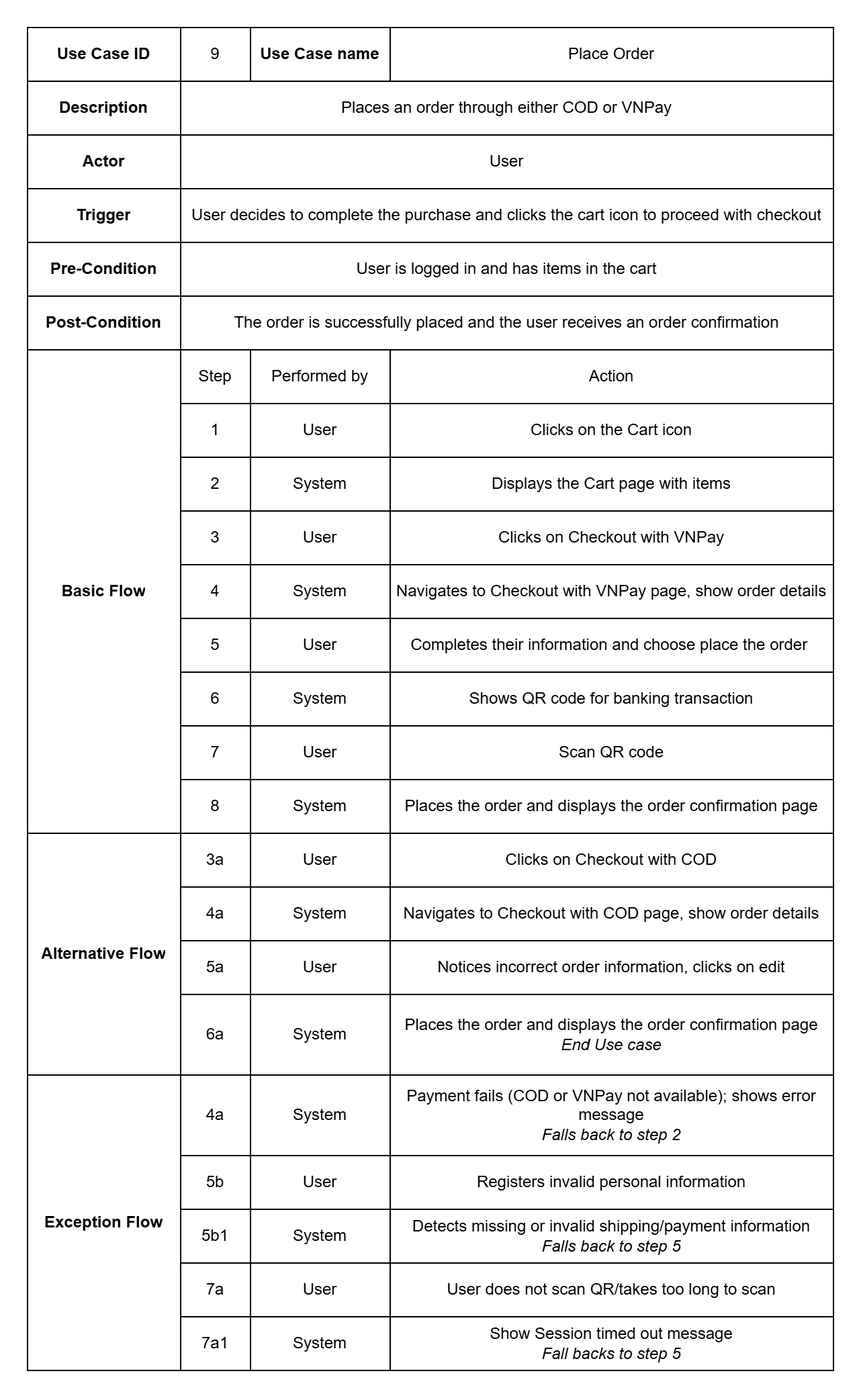
This is documentation/Images/usecase_metadata_card/uc_9_place_order.drawio.png from auphong2707/itse-laptopshop-management-web-application, a draw.io export, as it was before one commit. Source tidied: cells renumbered, new cells last; positions are measured from the earlier drawing's top-left corner, leaving out a move shared by most shapes.
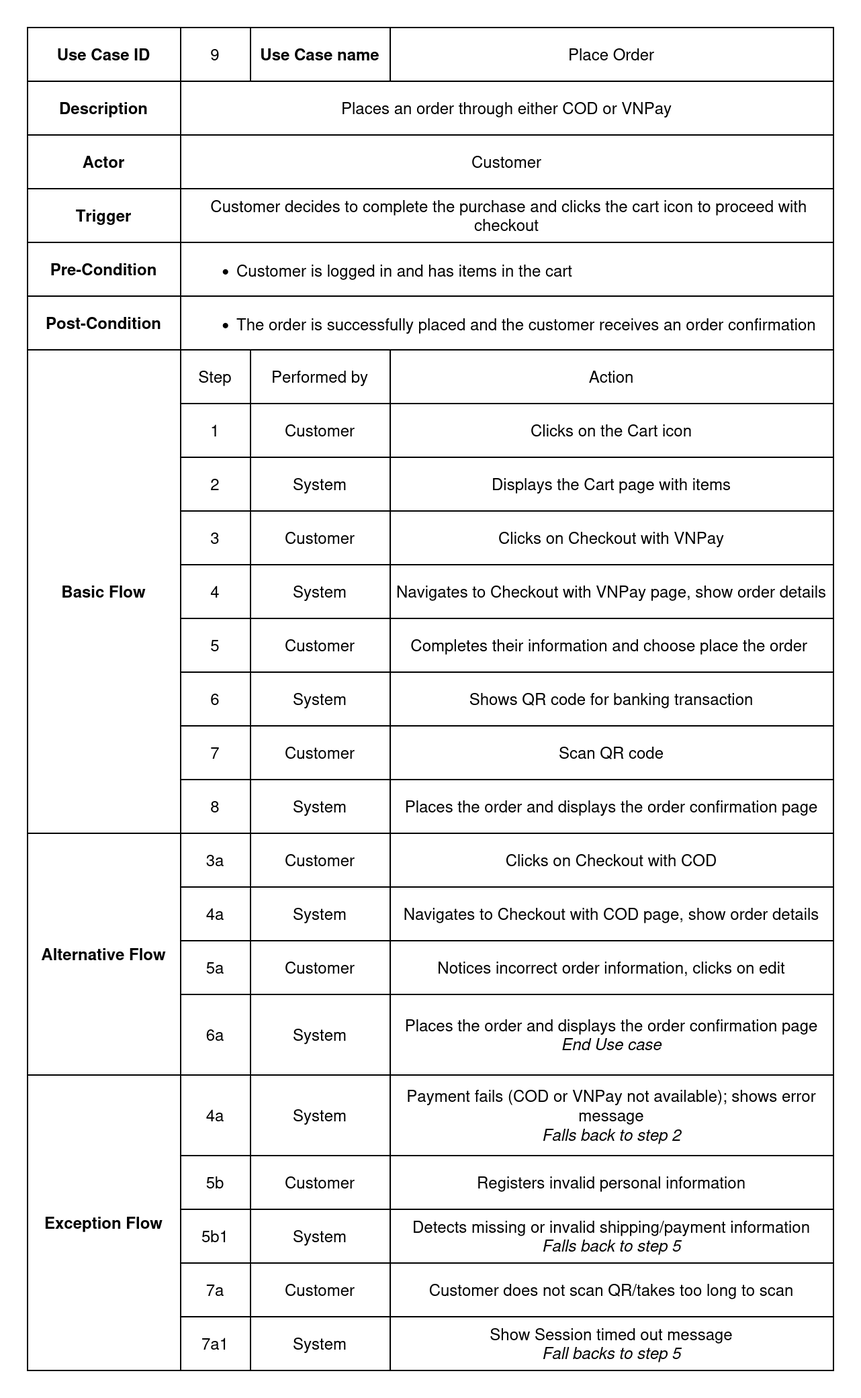
The same file after the commit.

The edit, as a diff of the source:
```diff
@@ -35,7 +35,7 @@
     <mxCell id="12" value="Actor" style="shape=partialRectangle;html=1;whiteSpace=wrap;strokeColor=inherit;overflow=hidden;fillColor=none;top=0;left=0;bottom=0;right=0;fontStyle=1;" parent="11" vertex="1">
       <mxGeometry width="114" height="40" as="geometry" />
     </mxCell>
-    <mxCell id="13" value="User" style="shape=partialRectangle;html=1;whiteSpace=wrap;strokeColor=inherit;overflow=hidden;fillColor=none;top=0;left=0;bottom=0;right=0;rowspan=1;colspan=3;" parent="11" vertex="1">
+    <mxCell id="13" value="Customer" style="shape=partialRectangle;html=1;whiteSpace=wrap;strokeColor=inherit;overflow=hidden;fillColor=none;top=0;left=0;bottom=0;right=0;rowspan=1;colspan=3;" parent="11" vertex="1">
       <mxGeometry x="114" width="486" height="40" as="geometry" />
     </mxCell>
     <mxCell id="14" style="shape=tableRow;horizontal=0;startSize=0;swimlaneHead=0;swimlaneBody=0;strokeColor=inherit;top=0;left=0;bottom=0;right=0;fillColor=none;" parent="2" vertex="1">
@@ -44,7 +44,7 @@
     <mxCell id="15" value="Trigger" style="shape=partialRectangle;html=1;whiteSpace=wrap;strokeColor=inherit;overflow=hidden;fillColor=none;top=0;left=0;bottom=0;right=0;fontStyle=1;" parent="14" vertex="1">
       <mxGeometry width="114" height="40" as="geometry" />
     </mxCell>
-    <mxCell id="16" value="User decides to complete the purchase and clicks the cart icon to proceed with checkout" style="shape=partialRectangle;html=1;whiteSpace=wrap;strokeColor=inherit;overflow=hidden;fillColor=none;top=0;left=0;bottom=0;right=0;rowspan=1;colspan=3;" parent="14" vertex="1">
+    <mxCell id="16" value="&amp;nbsp;Customer decides to complete the purchase and clicks the cart icon to proceed with checkout" style="shape=partialRectangle;html=1;whiteSpace=wrap;strokeColor=inherit;overflow=hidden;fillColor=none;top=0;left=0;bottom=0;right=0;rowspan=1;colspan=3;" parent="14" vertex="1">
       <mxGeometry x="114" width="486" height="40" as="geometry" />
     </mxCell>
     <mxCell id="17" style="shape=tableRow;horizontal=0;startSize=0;swimlaneHead=0;swimlaneBody=0;strokeColor=inherit;top=0;left=0;bottom=0;right=0;fillColor=none;" parent="2" vertex="1">
@@ -53,7 +53,7 @@
     <mxCell id="18" value="&lt;b&gt;Pre-Condition&lt;/b&gt;" style="shape=partialRectangle;html=1;whiteSpace=wrap;strokeColor=inherit;overflow=hidden;fillColor=none;top=0;left=0;bottom=0;right=0;" parent="17" vertex="1">
       <mxGeometry width="114" height="40" as="geometry" />
     </mxCell>
-    <mxCell id="19" value="User is &lt;span&gt;logged in&lt;/span&gt; and has &lt;span&gt;items in the cart&lt;/span&gt;" style="shape=partialRectangle;html=1;whiteSpace=wrap;strokeColor=inherit;overflow=hidden;fillColor=none;top=0;left=0;bottom=0;right=0;rowspan=1;colspan=3;" parent="17" vertex="1">
+    <mxCell id="19" value="&lt;div align=&quot;left&quot;&gt;&lt;ul&gt;&lt;li&gt;Customer is &lt;span&gt;logged in&lt;/span&gt; and has &lt;span&gt;items in the cart&lt;/span&gt;&lt;/li&gt;&lt;/ul&gt;&lt;/div&gt;" style="shape=partialRectangle;html=1;whiteSpace=wrap;strokeColor=inherit;overflow=hidden;fillColor=none;top=0;left=0;bottom=0;right=0;rowspan=1;colspan=3;align=left;" parent="17" vertex="1">
       <mxGeometry x="114" width="486" height="40" as="geometry" />
     </mxCell>
     <mxCell id="20" style="shape=tableRow;horizontal=0;startSize=0;swimlaneHead=0;swimlaneBody=0;strokeColor=inherit;top=0;left=0;bottom=0;right=0;fillColor=none;" parent="2" vertex="1">
@@ -62,7 +62,7 @@
     <mxCell id="21" value="&lt;b&gt;Post-Condition&lt;/b&gt;" style="shape=partialRectangle;html=1;whiteSpace=wrap;strokeColor=inherit;overflow=hidden;fillColor=none;top=0;left=0;bottom=0;right=0;" parent="20" vertex="1">
       <mxGeometry width="114" height="40" as="geometry" />
     </mxCell>
-    <mxCell id="22" value="The order is successfully placed and the user receives an order confirmation" style="shape=partialRectangle;html=1;whiteSpace=wrap;strokeColor=inherit;overflow=hidden;fillColor=none;top=0;left=0;bottom=0;right=0;rowspan=1;colspan=3;" parent="20" vertex="1">
+    <mxCell id="22" value="&lt;div align=&quot;left&quot;&gt;&lt;ul&gt;&lt;li&gt;The order is successfully placed and the customer receives an order confirmation&lt;/li&gt;&lt;/ul&gt;&lt;/div&gt;" style="shape=partialRectangle;html=1;whiteSpace=wrap;strokeColor=inherit;overflow=hidden;fillColor=none;top=0;left=0;bottom=0;right=0;rowspan=1;colspan=3;align=left;" parent="20" vertex="1">
       <mxGeometry x="114" width="486" height="40" as="geometry" />
     </mxCell>
     <mxCell id="23" style="shape=tableRow;horizontal=0;startSize=0;swimlaneHead=0;swimlaneBody=0;strokeColor=inherit;top=0;left=0;bottom=0;right=0;fillColor=none;" parent="2" vertex="1">
@@ -86,7 +86,7 @@
     <mxCell id="29" value="1" style="shape=partialRectangle;html=1;whiteSpace=wrap;strokeColor=inherit;overflow=hidden;fillColor=none;top=0;left=0;bottom=0;right=0;" parent="28" vertex="1">
       <mxGeometry x="114" width="52" height="40" as="geometry" />
     </mxCell>
-    <mxCell id="30" value="User" style="shape=partialRectangle;html=1;whiteSpace=wrap;strokeColor=inherit;overflow=hidden;fillColor=none;top=0;left=0;bottom=0;right=0;" parent="28" vertex="1">
+    <mxCell id="30" value="Customer" style="shape=partialRectangle;html=1;whiteSpace=wrap;strokeColor=inherit;overflow=hidden;fillColor=none;top=0;left=0;bottom=0;right=0;" parent="28" vertex="1">
       <mxGeometry x="166" width="104" height="40" as="geometry" />
     </mxCell>
     <mxCell id="31" value="Clicks on the &lt;span&gt;Cart icon&lt;/span&gt;" style="shape=partialRectangle;html=1;whiteSpace=wrap;strokeColor=inherit;overflow=hidden;fillColor=none;top=0;left=0;bottom=0;right=0;fontStyle=0;" parent="28" vertex="1">
@@ -110,7 +110,7 @@
     <mxCell id="37" value="3" style="shape=partialRectangle;html=1;whiteSpace=wrap;strokeColor=inherit;overflow=hidden;fillColor=none;top=0;left=0;bottom=0;right=0;" parent="36" vertex="1">
       <mxGeometry x="114" width="52" height="40" as="geometry" />
     </mxCell>
-    <mxCell id="38" value="User" style="shape=partialRectangle;html=1;whiteSpace=wrap;strokeColor=inherit;overflow=hidden;fillColor=none;top=0;left=0;bottom=0;right=0;" parent="36" vertex="1">
+    <mxCell id="38" value="Customer" style="shape=partialRectangle;html=1;whiteSpace=wrap;strokeColor=inherit;overflow=hidden;fillColor=none;top=0;left=0;bottom=0;right=0;" parent="36" vertex="1">
       <mxGeometry x="166" width="104" height="40" as="geometry" />
     </mxCell>
     <mxCell id="39" value="Clicks on Checkout with VNPay" style="shape=partialRectangle;html=1;whiteSpace=wrap;strokeColor=inherit;overflow=hidden;fillColor=none;top=0;left=0;bottom=0;right=0;" parent="36" vertex="1">
@@ -134,7 +134,7 @@
     <mxCell id="45" value="5" style="shape=partialRectangle;html=1;whiteSpace=wrap;strokeColor=inherit;overflow=hidden;fillColor=none;top=0;left=0;bottom=0;right=0;" parent="44" vertex="1">
       <mxGeometry x="114" width="52" height="40" as="geometry" />
     </mxCell>
-    <mxCell id="46" value="User" style="shape=partialRectangle;html=1;whiteSpace=wrap;strokeColor=inherit;overflow=hidden;fillColor=none;top=0;left=0;bottom=0;right=0;" parent="44" vertex="1">
+    <mxCell id="46" value="Customer" style="shape=partialRectangle;html=1;whiteSpace=wrap;strokeColor=inherit;overflow=hidden;fillColor=none;top=0;left=0;bottom=0;right=0;" parent="44" vertex="1">
       <mxGeometry x="166" width="104" height="40" as="geometry" />
     </mxCell>
     <mxCell id="47" value="Completes their information and choose place the order&amp;nbsp;" style="shape=partialRectangle;html=1;whiteSpace=wrap;strokeColor=inherit;overflow=hidden;fillColor=none;top=0;left=0;bottom=0;right=0;" parent="44" vertex="1">
@@ -158,7 +158,7 @@
     <mxCell id="53" value="7" style="shape=partialRectangle;html=1;whiteSpace=wrap;strokeColor=inherit;overflow=hidden;fillColor=none;top=0;left=0;bottom=0;right=0;" parent="52" vertex="1">
       <mxGeometry x="114" width="52" height="40" as="geometry" />
     </mxCell>
-    <mxCell id="54" value="User" style="shape=partialRectangle;html=1;whiteSpace=wrap;strokeColor=inherit;overflow=hidden;fillColor=none;top=0;left=0;bottom=0;right=0;" parent="52" vertex="1">
+    <mxCell id="54" value="Customer" style="shape=partialRectangle;html=1;whiteSpace=wrap;strokeColor=inherit;overflow=hidden;fillColor=none;top=0;left=0;bottom=0;right=0;" parent="52" vertex="1">
       <mxGeometry x="166" width="104" height="40" as="geometry" />
     </mxCell>
     <mxCell id="55" value="Scan QR code" style="shape=partialRectangle;html=1;whiteSpace=wrap;strokeColor=inherit;overflow=hidden;fillColor=none;top=0;left=0;bottom=0;right=0;" parent="52" vertex="1">
@@ -185,7 +185,7 @@
     <mxCell id="62" value="3a" style="shape=partialRectangle;html=1;whiteSpace=wrap;strokeColor=inherit;overflow=hidden;fillColor=none;top=0;left=0;bottom=0;right=0;" parent="60" vertex="1">
       <mxGeometry x="114" width="52" height="40" as="geometry" />
     </mxCell>
-    <mxCell id="63" value="User" style="shape=partialRectangle;html=1;whiteSpace=wrap;strokeColor=inherit;overflow=hidden;fillColor=none;top=0;left=0;bottom=0;right=0;" parent="60" vertex="1">
+    <mxCell id="63" value="Customer" style="shape=partialRectangle;html=1;whiteSpace=wrap;strokeColor=inherit;overflow=hidden;fillColor=none;top=0;left=0;bottom=0;right=0;" parent="60" vertex="1">
       <mxGeometry x="166" width="104" height="40" as="geometry" />
     </mxCell>
     <mxCell id="64" value="Clicks on Checkout with COD" style="shape=partialRectangle;html=1;whiteSpace=wrap;strokeColor=inherit;overflow=hidden;fillColor=none;top=0;left=0;bottom=0;right=0;" parent="60" vertex="1">
@@ -209,7 +209,7 @@
     <mxCell id="70" value="5a" style="shape=partialRectangle;html=1;whiteSpace=wrap;strokeColor=inherit;overflow=hidden;fillColor=none;top=0;left=0;bottom=0;right=0;" parent="69" vertex="1">
       <mxGeometry x="114" width="52" height="40" as="geometry" />
     </mxCell>
-    <mxCell id="71" value="User" style="shape=partialRectangle;html=1;whiteSpace=wrap;strokeColor=inherit;overflow=hidden;fillColor=none;top=0;left=0;bottom=0;right=0;" parent="69" vertex="1">
+    <mxCell id="71" value="Customer" style="shape=partialRectangle;html=1;whiteSpace=wrap;strokeColor=inherit;overflow=hidden;fillColor=none;top=0;left=0;bottom=0;right=0;" parent="69" vertex="1">
       <mxGeometry x="166" width="104" height="40" as="geometry" />
     </mxCell>
     <mxCell id="72" value="Notices incorrect order information, clicks on edit" style="shape=partialRectangle;html=1;whiteSpace=wrap;strokeColor=inherit;overflow=hidden;fillColor=none;top=0;left=0;bottom=0;right=0;" parent="69" vertex="1">
@@ -248,7 +248,7 @@
     <mxCell id="83" value="5b" style="shape=partialRectangle;html=1;whiteSpace=wrap;strokeColor=inherit;overflow=hidden;fillColor=none;top=0;left=0;bottom=0;right=0;" parent="82" vertex="1">
       <mxGeometry x="114" width="52" height="40" as="geometry" />
     </mxCell>
-    <mxCell id="84" value="User" style="shape=partialRectangle;html=1;whiteSpace=wrap;strokeColor=inherit;overflow=hidden;fillColor=none;top=0;left=0;bottom=0;right=0;" parent="82" vertex="1">
+    <mxCell id="84" value="Customer" style="shape=partialRectangle;html=1;whiteSpace=wrap;strokeColor=inherit;overflow=hidden;fillColor=none;top=0;left=0;bottom=0;right=0;" parent="82" vertex="1">
       <mxGeometry x="166" width="104" height="40" as="geometry" />
     </mxCell>
     <mxCell id="85" value="Registers invalid personal information" style="shape=partialRectangle;html=1;whiteSpace=wrap;strokeColor=inherit;overflow=hidden;fillColor=none;top=0;left=0;bottom=0;right=0;" parent="82" vertex="1">
@@ -272,10 +272,10 @@
     <mxCell id="91" value="7a" style="shape=partialRectangle;html=1;whiteSpace=wrap;strokeColor=inherit;overflow=hidden;fillColor=none;top=0;left=0;bottom=0;right=0;" parent="90" vertex="1">
       <mxGeometry x="114" width="52" height="40" as="geometry" />
     </mxCell>
-    <mxCell id="92" value="User" style="shape=partialRectangle;html=1;whiteSpace=wrap;strokeColor=inherit;overflow=hidden;fillColor=none;top=0;left=0;bottom=0;right=0;" parent="90" vertex="1">
+    <mxCell id="92" value="Customer" style="shape=partialRectangle;html=1;whiteSpace=wrap;strokeColor=inherit;overflow=hidden;fillColor=none;top=0;left=0;bottom=0;right=0;" parent="90" vertex="1">
       <mxGeometry x="166" width="104" height="40" as="geometry" />
     </mxCell>
-    <mxCell id="93" value="User does not scan QR/takes too long to scan" style="shape=partialRectangle;html=1;whiteSpace=wrap;strokeColor=inherit;overflow=hidden;fillColor=none;top=0;left=0;bottom=0;right=0;" parent="90" vertex="1">
+    <mxCell id="93" value="Customer does not scan QR/takes too long to scan" style="shape=partialRectangle;html=1;whiteSpace=wrap;strokeColor=inherit;overflow=hidden;fillColor=none;top=0;left=0;bottom=0;right=0;" parent="90" vertex="1">
       <mxGeometry x="270" width="330" height="40" as="geometry" />
     </mxCell>
     <mxCell id="94" style="shape=tableRow;horizontal=0;startSize=0;swimlaneHead=0;swimlaneBody=0;strokeColor=inherit;top=0;left=0;bottom=0;right=0;fillColor=none;" parent="2" vertex="1">
```
